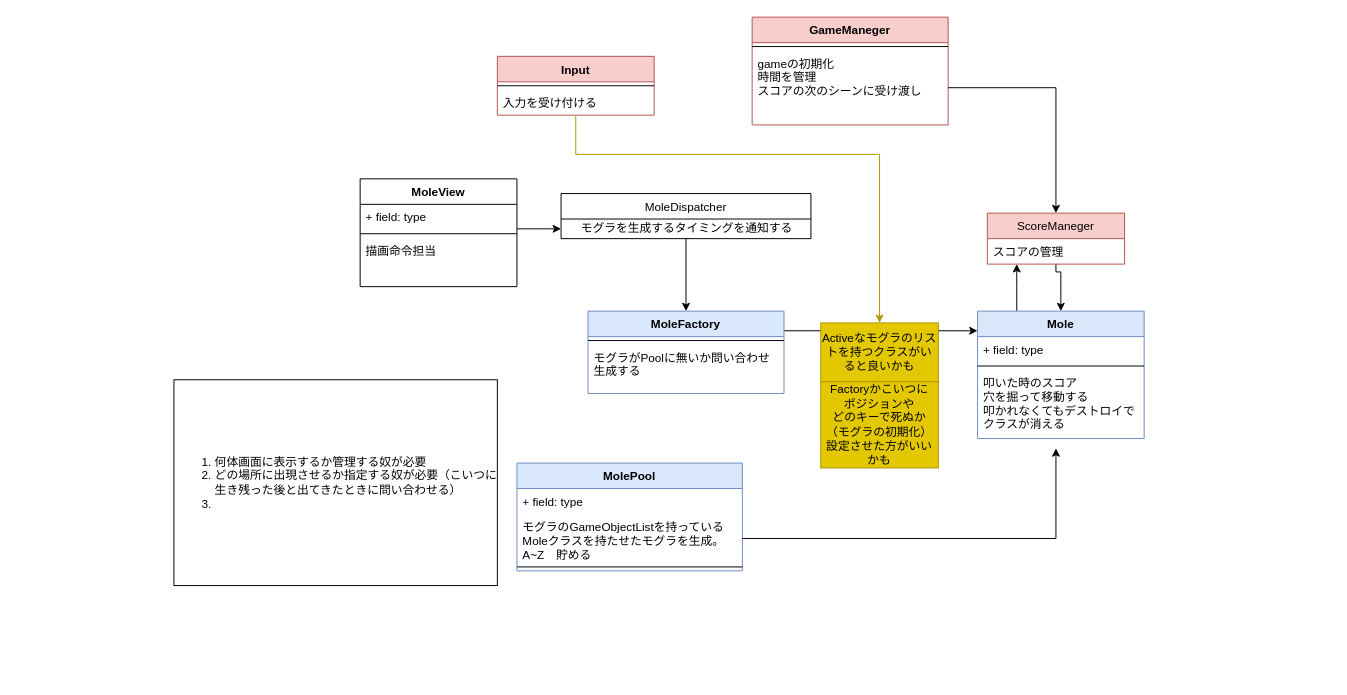
Above: Untitled Diagram.drawio in yanoharuto/Unity1Week (draw.io), before the change. Source tidied: cells renumbered, new cells numbered last; positions are measured from the earlier drawing's top-left corner, leaving out a move shared by most shapes. Both pictures are drawn from the tidied source at 98%, with x=0, y=0 at pixel (173, 17).
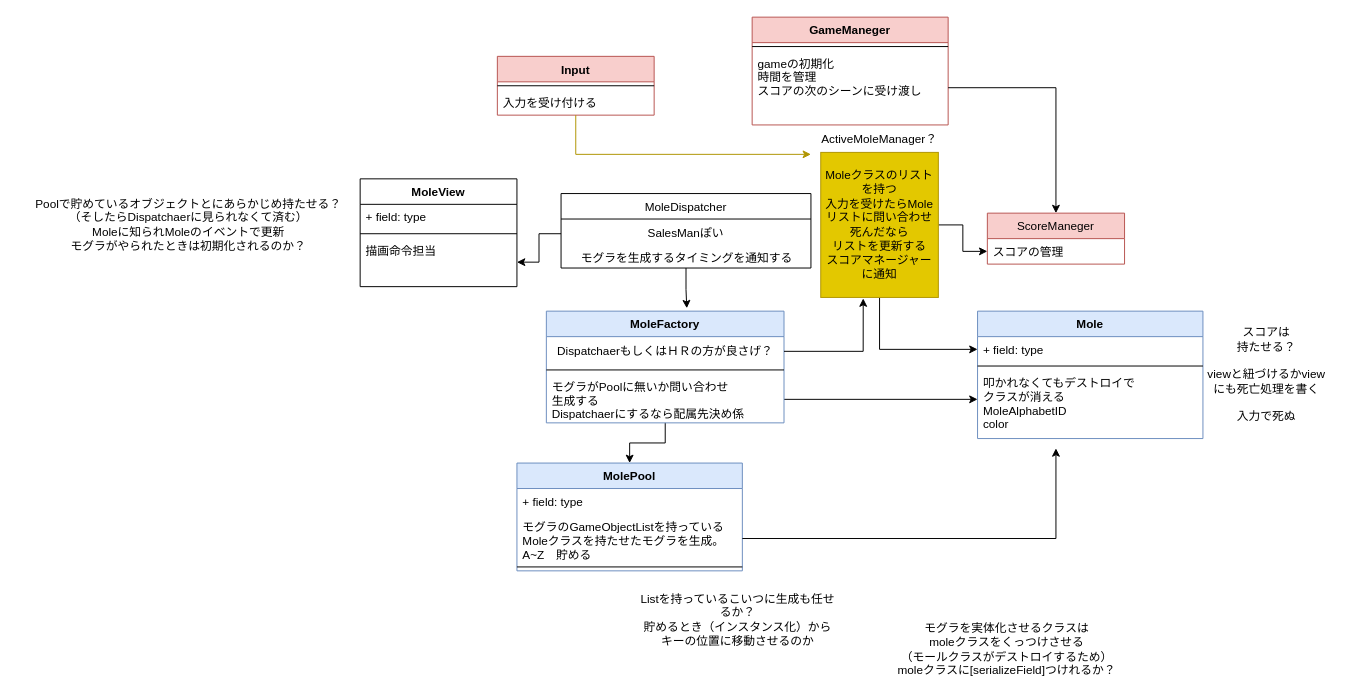
The same page after the edit.

Unchanged cells that the change refers to:
```xml
<mxCell id="4" value="入力を受け付ける" style="text;strokeColor=none;fillColor=none;align=left;verticalAlign=top;spacingLeft=4;spacingRight=4;overflow=hidden;points=[[0,0.5],[1,0.5]];portConstraint=eastwest;" parent="2" vertex="1">
  <mxGeometry y="34" width="160" height="26" as="geometry" />
</mxCell>
<mxCell id="13" value="MolePool" style="swimlane;fontStyle=1;align=center;verticalAlign=top;horizontal=1;startSize=26;fillColor=#dae8fc;strokeColor=#6c8ebf;" parent="1" vertex="1">
  <mxGeometry x="350" y="455" width="230" height="110" as="geometry" />
</mxCell>
<mxCell id="22" value="MoleView" style="swimlane;fontStyle=1;align=center;verticalAlign=top;horizontal=1;startSize=26;" parent="1" vertex="1">
  <mxGeometry x="190" y="165" width="160" height="110" as="geometry" />
</mxCell>
<mxCell id="25" value="描画命令担当" style="text;strokeColor=none;fillColor=none;align=left;verticalAlign=top;spacingLeft=4;spacingRight=4;overflow=hidden;points=[[0,0.5],[1,0.5]];portConstraint=eastwest;" parent="22" vertex="1">
  <mxGeometry y="60" width="160" height="50" as="geometry" />
</mxCell>
<mxCell id="29" value="ScoreManeger" style="swimlane;fontStyle=0;horizontal=1;startSize=26;fillColor=#f8cecc;strokeColor=#b85450;" parent="1" vertex="1">
  <mxGeometry x="830" y="200" width="140" height="52" as="geometry" />
</mxCell>
<mxCell id="30" value="スコアの管理" style="text;strokeColor=none;fillColor=none;align=left;verticalAlign=top;spacingLeft=4;spacingRight=4;overflow=hidden;points=[[0,0.5],[1,0.5]];portConstraint=eastwest;" parent="29" vertex="1">
  <mxGeometry y="26" width="140" height="26" as="geometry" />
</mxCell>
```

What changed in the source:
```diff
@@
-    <mxCell id="8" style="edgeStyle=orthogonalEdgeStyle;rounded=0;jettySize=auto;html=1;" parent="1" edge="1" source="9" target="30">
-      <mxGeometry relative="1" as="geometry">
-        <Array as="points">
-          <mxPoint x="860" y="276" />
-          <mxPoint x="860" y="276" />
-        </Array>
-      </mxGeometry>
-    </mxCell>
     <mxCell id="9" value="Mole" style="swimlane;fontStyle=1;align=center;verticalAlign=top;horizontal=1;startSize=26;fillColor=#dae8fc;strokeColor=#6c8ebf;" parent="1" vertex="1">
-      <mxGeometry x="820" y="300" width="170" height="130" as="geometry" />
+      <mxGeometry x="820" y="300" width="230" height="130" as="geometry" />
     </mxCell>
     <mxCell id="10" value="+ field: type" style="text;strokeColor=none;fillColor=none;align=left;verticalAlign=top;spacingLeft=4;spacingRight=4;overflow=hidden;points=[[0,0.5],[1,0.5]];portConstraint=eastwest;" parent="9" vertex="1">
-      <mxGeometry y="26" width="170" height="26" as="geometry" />
+      <mxGeometry y="26" width="230" height="26" as="geometry" />
     </mxCell>
     <mxCell id="11" style="line;strokeWidth=1;fillColor=none;align=left;verticalAlign=middle;spacingTop=-1;spacingLeft=3;spacingRight=3;labelPosition=right;" parent="9" vertex="1">
-      <mxGeometry y="52" width="170" height="8" as="geometry" />
+      <mxGeometry y="52" width="230" height="8" as="geometry" />
     </mxCell>
-    <mxCell id="12" value="叩いた時のスコア&#10;穴を掘って移動する&#10;叩かれなくてもデストロイで&#10;クラスが消える" style="text;strokeColor=none;fillColor=none;align=left;verticalAlign=top;spacingLeft=4;spacingRight=4;overflow=hidden;" parent="9" vertex="1">
-      <mxGeometry y="60" width="170" height="70" as="geometry" />
+    <mxCell id="12" value="叩かれなくてもデストロイで&#10;クラスが消える&#10;MoleAlphabetID&#10;color" style="text;strokeColor=none;fillColor=none;align=left;verticalAlign=top;spacingLeft=4;spacingRight=4;overflow=hidden;" parent="9" vertex="1">
+      <mxGeometry y="60" width="230" height="70" as="geometry" />
     </mxCell>
@@
-    <mxCell id="17" style="edgeStyle=orthogonalEdgeStyle;rounded=0;jettySize=auto;html=1;entryX=0;entryY=0.154;entryDx=0;entryDy=0;entryPerimeter=0;" parent="1" edge="1" source="18" target="9">
+    <mxCell id="17" style="edgeStyle=orthogonalEdgeStyle;rounded=0;jettySize=auto;html=1;" parent="1" edge="1" source="18">
       <mxGeometry relative="1" as="geometry">
+        <mxPoint x="820" y="390" as="targetPoint" />
         <Array as="points">
-          <mxPoint x="655" y="320" />
-          <mxPoint x="655" y="320" />
+          <mxPoint x="820" y="390" />
         </Array>
       </mxGeometry>
     </mxCell>
+    <mxCell id="38" style="edgeStyle=orthogonalEdgeStyle;rounded=0;jettySize=auto;html=1;" parent="1" edge="1" source="18" target="13">
+      <mxGeometry relative="1" as="geometry" />
+    </mxCell>
     <mxCell id="18" value="MoleFactory" style="swimlane;fontStyle=1;align=center;verticalAlign=top;horizontal=1;startSize=26;fillColor=#dae8fc;strokeColor=#6c8ebf;" parent="1" vertex="1">
-      <mxGeometry x="422.5" y="300" width="200" height="84" as="geometry" />
+      <mxGeometry x="380" y="300" width="242.5" height="114" as="geometry" />
     </mxCell>
+    <mxCell id="39" value="DispatchaerもしくはＨＲの方が良さげ？" style="text;html=1;strokeColor=none;fillColor=none;align=center;verticalAlign=middle;whiteSpace=wrap;rounded=0;" parent="18" vertex="1">
+      <mxGeometry y="26" width="242.5" height="30" as="geometry" />
+    </mxCell>
     <mxCell id="19" style="line;strokeWidth=1;fillColor=none;align=left;verticalAlign=middle;spacingTop=-1;spacingLeft=3;spacingRight=3;labelPosition=right;" parent="18" vertex="1">
-      <mxGeometry y="26" width="200" height="8" as="geometry" />
+      <mxGeometry y="56" width="242.5" height="8" as="geometry" />
     </mxCell>
-    <mxCell id="20" value="モグラがPoolに無いか問い合わせ&#10;生成する" style="text;strokeColor=none;fillColor=none;align=left;verticalAlign=top;spacingLeft=4;spacingRight=4;overflow=hidden;" parent="18" vertex="1">
-      <mxGeometry y="34" width="200" height="50" as="geometry" />
+    <mxCell id="20" value="モグラがPoolに無いか問い合わせ&#10;生成する&#10;Dispatchaerにするなら配属先決め係" style="text;strokeColor=none;fillColor=none;align=left;verticalAlign=top;spacingLeft=4;spacingRight=4;overflow=hidden;" parent="18" vertex="1">
+      <mxGeometry y="64" width="242.5" height="50" as="geometry" />
     </mxCell>
-    <mxCell id="21" style="edgeStyle=orthogonalEdgeStyle;rounded=0;jettySize=auto;html=1;" parent="1" edge="1" source="22" target="27">
-      <mxGeometry relative="1" as="geometry">
-        <Array as="points">
-          <mxPoint x="380" y="216" />
-          <mxPoint x="380" y="216" />
-        </Array>
-      </mxGeometry>
-    </mxCell>
@@
     <mxCell id="26" value="MoleDispatcher" style="swimlane;fontStyle=0;horizontal=1;startSize=26;" parent="1" vertex="1">
-      <mxGeometry x="395" y="180" width="255" height="46" as="geometry" />
+      <mxGeometry x="395" y="180" width="255" height="76" as="geometry" />
     </mxCell>
+    <mxCell id="40" value="SalesManぽい" style="text;html=1;strokeColor=none;fillColor=none;align=center;verticalAlign=middle;whiteSpace=wrap;rounded=0;" parent="26" vertex="1">
+      <mxGeometry y="26" width="255" height="30" as="geometry" />
+    </mxCell>
     <mxCell id="27" value="&lt;span style=&quot;text-align: left&quot;&gt;モグラを生成するタイミングを通知する&lt;br&gt;&lt;/span&gt;" style="text;html=1;align=center;verticalAlign=middle;points=[];strokeColor=none;fillColor=none;" parent="26" vertex="1">
-      <mxGeometry y="26" width="255" height="20" as="geometry" />
+      <mxGeometry y="56" width="255" height="20" as="geometry" />
     </mxCell>
-    <mxCell id="28" style="edgeStyle=orthogonalEdgeStyle;rounded=0;jettySize=auto;html=1;entryX=0.5;entryY=0;entryDx=0;entryDy=0;" parent="1" edge="1" source="29" target="9">
-      <mxGeometry relative="1" as="geometry">
-        <Array as="points">
-          <mxPoint x="900" y="260" />
-          <mxPoint x="905" y="260" />
-        </Array>
-      </mxGeometry>
-    </mxCell>
@@
-    <mxCell id="32" value="&lt;ol&gt;&lt;li&gt;何体画面に表示するか管理する奴が必要&lt;/li&gt;&lt;li&gt;どの場所に出現させるか指定する奴が必要（こいつに生き残った後と出てきたときに問い合わせる）&lt;/li&gt;&lt;li&gt;&lt;br&gt;&lt;/li&gt;&lt;/ol&gt;" style="rounded=0;whiteSpace=wrap;html=1;align=left;" parent="1" vertex="1">
-      <mxGeometry y="370" width="330" height="210" as="geometry" />
-    </mxCell>
-    <mxCell id="33" style="edgeStyle=orthogonalEdgeStyle;rounded=0;jettySize=auto;html=1;entryX=0.5;entryY=0;entryDx=0;entryDy=0;" parent="1" edge="1" source="27" target="18">
+    <mxCell id="33" style="edgeStyle=orthogonalEdgeStyle;rounded=0;jettySize=auto;html=1;entryX=0.591;entryY=-0.026;entryDx=0;entryDy=0;entryPerimeter=0;" parent="1" edge="1" source="27" target="18">
       <mxGeometry relative="1" as="geometry" />
     </mxCell>
@@
+    <mxCell id="41" style="edgeStyle=orthogonalEdgeStyle;rounded=0;jettySize=auto;html=1;" parent="1" edge="1" source="35" target="30">
+      <mxGeometry relative="1" as="geometry" />
+    </mxCell>
+    <mxCell id="42" style="edgeStyle=orthogonalEdgeStyle;rounded=0;jettySize=auto;html=1;entryX=0;entryY=0.5;entryDx=0;entryDy=0;" parent="1" edge="1" source="35" target="10">
+      <mxGeometry relative="1" as="geometry" />
+    </mxCell>
-    <mxCell id="35" value="Activeなモグラのリストを持つクラスがいると良いかも" style="rounded=0;whiteSpace=wrap;html=1;fillColor=#e3c800;fontColor=#000000;strokeColor=#B09500;" parent="1" vertex="1">
-      <mxGeometry x="660" y="312" width="120" height="60" as="geometry" />
+    <mxCell id="35" value="Moleクラスのリスト&lt;br&gt;を持つ&lt;br&gt;入力を受けたらMoleリストに問い合わせ&lt;br&gt;死んだなら&lt;br&gt;リストを更新する&lt;br&gt;スコアマネージャー&lt;br&gt;に通知" style="rounded=0;whiteSpace=wrap;html=1;fillColor=#e3c800;fontColor=#000000;strokeColor=#B09500;" parent="1" vertex="1">
+      <mxGeometry x="660" y="138" width="120" height="148" as="geometry" />
     </mxCell>
-    <mxCell id="36" style="edgeStyle=orthogonalEdgeStyle;rounded=0;jettySize=auto;html=1;entryX=0.5;entryY=0;entryDx=0;entryDy=0;fillColor=#e3c800;strokeColor=#B09500;" parent="1" edge="1" source="4" target="35">
+    <mxCell id="36" style="edgeStyle=orthogonalEdgeStyle;rounded=0;jettySize=auto;html=1;fillColor=#e3c800;strokeColor=#B09500;" parent="1" edge="1" source="4">
       <mxGeometry relative="1" as="geometry">
+        <mxPoint x="650" y="140" as="targetPoint" />
         <Array as="points">
           <mxPoint x="410" y="140" />
-          <mxPoint x="720" y="140" />
         </Array>
       </mxGeometry>
     </mxCell>
-    <mxCell id="37" value="Factoryかこいつに&lt;br&gt;ポジションや&lt;br&gt;どのキーで死ぬか&lt;br&gt;（モグラの初期化）設定させた方がいいかも" style="rounded=0;whiteSpace=wrap;html=1;fillColor=#e3c800;fontColor=#000000;strokeColor=#B09500;" parent="1" vertex="1">
-      <mxGeometry x="660" y="372" width="120" height="88" as="geometry" />
-    </mxCell>
+    <mxCell id="43" value="ActiveMoleManager？" style="text;html=1;strokeColor=none;fillColor=none;align=center;verticalAlign=middle;whiteSpace=wrap;rounded=0;" parent="1" vertex="1">
+      <mxGeometry x="690" y="110" width="60" height="30" as="geometry" />
+    </mxCell>
+    <mxCell id="44" style="edgeStyle=orthogonalEdgeStyle;rounded=0;jettySize=auto;html=1;" parent="1" edge="1" source="40" target="25">
+      <mxGeometry relative="1" as="geometry" />
+    </mxCell>
+    <mxCell id="45" value="スコアは&lt;br&gt;持たせる？&lt;br&gt;&lt;br&gt;viewと紐づけるかviewにも死亡処理を書く&lt;br&gt;&lt;br&gt;入力で死ぬ" style="text;html=1;strokeColor=none;fillColor=none;align=center;verticalAlign=middle;whiteSpace=wrap;rounded=0;" parent="1" vertex="1">
+      <mxGeometry x="1050" y="310" width="130" height="110" as="geometry" />
+    </mxCell>
+    <mxCell id="46" value="Listを持っているこいつに生成も任せるか？&lt;br&gt;貯めるとき（インスタンス化）から&lt;br&gt;キーの位置に移動させるのか" style="text;html=1;strokeColor=none;fillColor=none;align=center;verticalAlign=middle;whiteSpace=wrap;rounded=0;" parent="1" vertex="1">
+      <mxGeometry x="471" y="580" width="209" height="70" as="geometry" />
+    </mxCell>
+    <mxCell id="47" value="Poolで貯めているオブジェクトとにあらかじめ持たせる？&lt;br&gt;（そしたらDispatchaerに見られなくて済む）&lt;br&gt;Moleに知られMoleのイベントで更新&lt;br&gt;モグラがやられたときは初期化されるのか？" style="text;html=1;strokeColor=none;fillColor=none;align=center;verticalAlign=middle;whiteSpace=wrap;rounded=0;" parent="1" vertex="1">
+      <mxGeometry x="-160" y="180" width="350" height="64" as="geometry" />
+    </mxCell>
+    <mxCell id="48" value="モグラを実体化させるクラスは&lt;br&gt;moleクラスをくっつけさせる&lt;br&gt;（モールクラスがデストロイするため）&lt;br&gt;moleクラスに[serializeField]つけれるか？" style="text;html=1;strokeColor=none;fillColor=none;align=center;verticalAlign=middle;whiteSpace=wrap;rounded=0;" parent="1" vertex="1">
+      <mxGeometry x="690" y="620" width="320" height="50" as="geometry" />
+    </mxCell>
+    <mxCell id="49" style="edgeStyle=orthogonalEdgeStyle;rounded=0;jettySize=auto;html=1;entryX=0.361;entryY=1.007;entryDx=0;entryDy=0;entryPerimeter=0;" parent="1" edge="1" source="39" target="35">
+      <mxGeometry relative="1" as="geometry" />
+    </mxCell>
```
